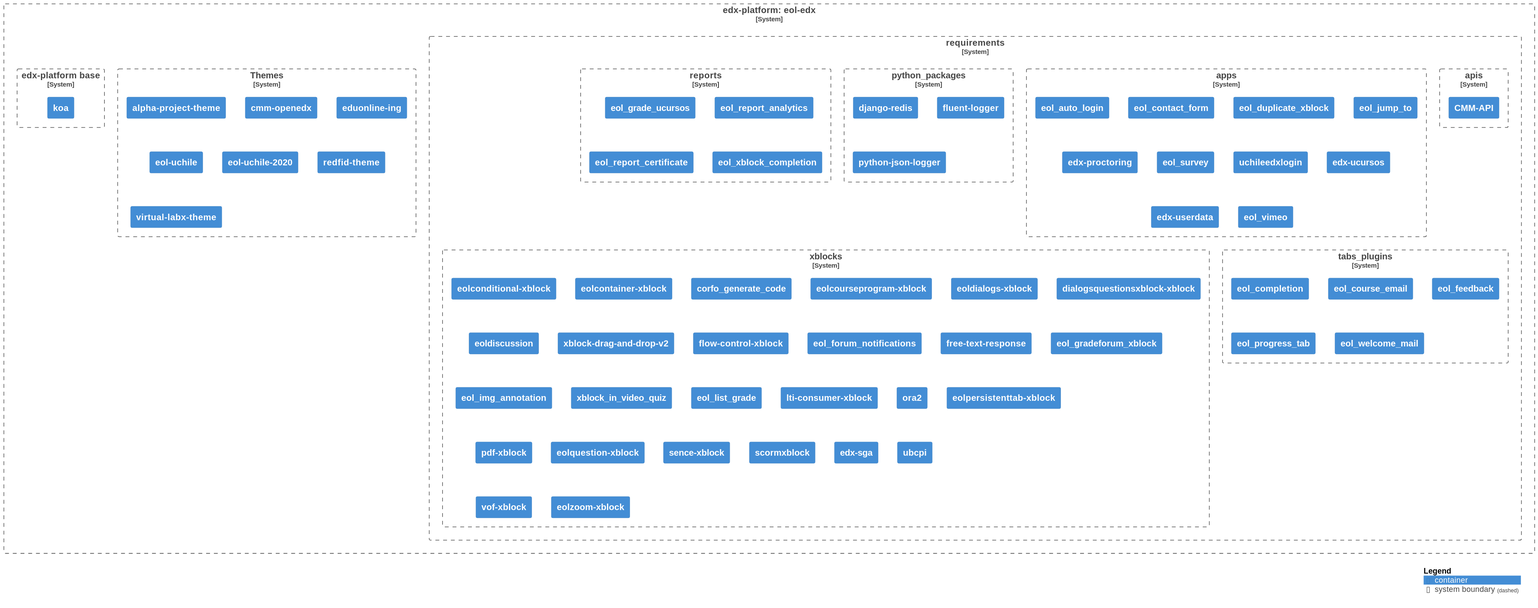
This is diagrams/diagram.svg from eol-uchile/eol-edx, a PlantUML export, as it was before one commit.
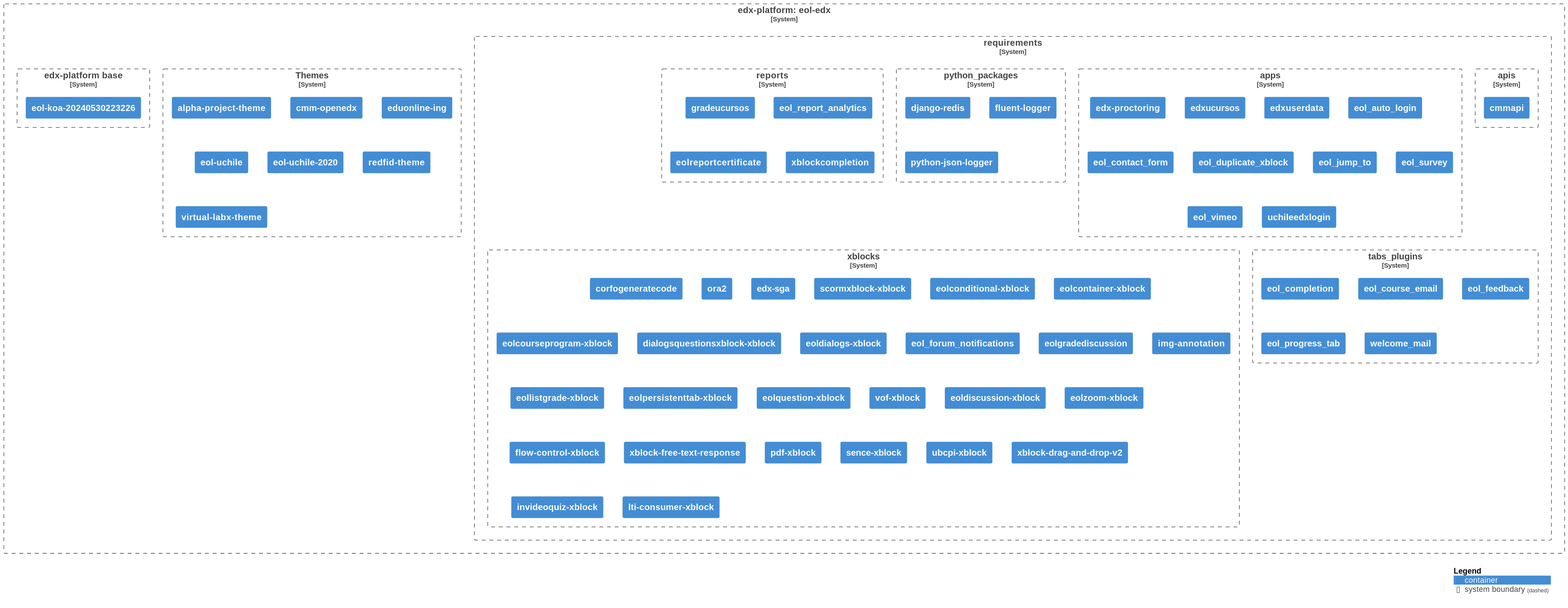
Later version of the same file.

Commit message:
Auto-generate UML diagram

Change to the diagram source:
```diff
@@ -9,31 +9,31 @@
 
             System_Boundary(apis, "apis", $link="https://github.com/eol-uchile/eol-edx/blob/eol-release/koa/requirements/apis.txt") {
 
-                Container(apis1, "CMM-API", $link="https://github.com/eol-uchile/CMM-API")
+                Container(apis1, "cmmapi", $link="https://github.com/eol-uchile/CMM-API")
 
             }
 
             System_Boundary(apps, "apps", $link="https://github.com/eol-uchile/eol-edx/blob/eol-release/koa/requirements/apps.txt") {
 
-                Container(apps1, "eol_auto_login", $link="https://github.com/eol-uchile/eol_auto_login")
+                Container(apps1, "edx-proctoring", $link="https://github.com/eol-uchile/edx-proctoring")
 
-                Container(apps2, "eol_contact_form", $link="https://github.com/eol-uchile/eol_contact_form")
+                Container(apps2, "edxucursos", $link="https://github.com/eol-uchile/edx-ucursos")
 
-                Container(apps3, "eol_duplicate_xblock", $link="https://github.com/eol-uchile/eol_duplicate_xblock")
+                Container(apps3, "edxuserdata", $link="https://github.com/eol-uchile/edx-userdata")
 
-                Container(apps4, "eol_jump_to", $link="https://github.com/eol-uchile/eol_jump_to")
+                Container(apps4, "eol_auto_login", $link="https://github.com/eol-uchile/eol_auto_login")
 
-                Container(apps5, "edx-proctoring", $link="https://github.com/eol-uchile/edx-proctoring")
+                Container(apps5, "eol_contact_form", $link="https://github.com/eol-uchile/eol_contact_form")
 
-                Container(apps6, "eol_survey", $link="https://github.com/eol-uchile/eol_survey")
+                Container(apps6, "eol_duplicate_xblock", $link="https://github.com/eol-uchile/eol_duplicate_xblock")
 
-                Container(apps7, "uchileedxlogin", $link="https://github.com/eol-uchile/uchileedxlogin")
+                Container(apps7, "eol_jump_to", $link="https://github.com/eol-uchile/eol_jump_to")
 
-                Container(apps8, "edx-ucursos", $link="https://github.com/eol-uchile/edx-ucursos")
+                Container(apps8, "eol_survey", $link="https://github.com/eol-uchile/eol_survey")
 
-                Container(apps9, "edx-userdata", $link="https://github.com/eol-uchile/edx-userdata")
+                Container(apps9, "eol_vimeo", $link="https://github.com/eol-uchile/eol_vimeo")
 
-                Container(apps10, "eol_vimeo", $link="https://github.com/eol-uchile/eol_vimeo")
+                Container(apps10, "uchileedxlogin", $link="https://github.com/eol-uchile/uchileedxlogin")
 
             }
 
@@ -49,13 +49,13 @@
 
             System_Boundary(reports, "reports", $link="https://github.com/eol-uchile/eol-edx/blob/eol-release/koa/requirements/reports.txt") {
 
-                Container(reports1, "eol_grade_ucursos", $link="https://github.com/eol-uchile/eol_grade_ucursos")
+                Container(reports1, "gradeucursos", $link="https://github.com/eol-uchile/eol_grade_ucursos")
 
                 Container(reports2, "eol_report_analytics", $link="https://github.com/eol-uchile/eol_report_analytics")
 
-                Container(reports3, "eol_report_certificate", $link="https://github.com/eol-uchile/eol_report_certificate")
+                Container(reports3, "eolreportcertificate", $link="https://github.com/eol-uchile/eol_report_certificate")
 
-                Container(reports4, "eol_xblock_completion", $link="https://github.com/eol-uchile/eol_xblock_completion")
+                Container(reports4, "xblockcompletion", $link="https://github.com/eol-uchile/eol_xblock_completion")
 
             }
 
@@ -69,63 +69,63 @@
 
                 Container(tabs_plugins4, "eol_progress_tab", $link="https://github.com/eol-uchile/eol_progress_tab")
 
-                Container(tabs_plugins5, "eol_welcome_mail", $link="https://github.com/eol-uchile/eol_welcome_mail")
+                Container(tabs_plugins5, "welcome_mail", $link="https://github.com/eol-uchile/eol_welcome_mail")
 
             }
 
             System_Boundary(xblocks, "xblocks", $link="https://github.com/eol-uchile/eol-edx/blob/eol-release/koa/requirements/xblocks.txt") {
 
-                Container(xblocks1, "eolconditional-xblock", $link="https://github.com/eol-uchile/eol-conditional-xblock.git")
+                Container(xblocks1, "corfogeneratecode", $link="https://github.com/eol-uchile/corfo_generate_code")
 
-                Container(xblocks2, "eolcontainer-xblock", $link="https://github.com/eol-uchile/eol-container-xblock.git")
+                Container(xblocks2, "ora2", $link="https://github.com/eol-uchile/edx-ora2")
 
-                Container(xblocks3, "corfo_generate_code", $link="https://github.com/eol-uchile/corfo_generate_code")
+                Container(xblocks3, "edx-sga", $link="https://github.com/eol-uchile/edx-sga")
 
-                Container(xblocks4, "eolcourseprogram-xblock", $link="https://github.com/eol-uchile/eol-course-program-xblock")
+                Container(xblocks4, "scormxblock-xblock", $link="https://github.com/eol-uchile/edx_xblock_scorm")
 
-                Container(xblocks5, "eoldialogs-xblock", $link="https://github.com/eol-uchile/eol-dialogs-xblock.git")
+                Container(xblocks5, "eolconditional-xblock", $link="https://github.com/eol-uchile/eol-conditional-xblock")
 
-                Container(xblocks6, "dialogsquestionsxblock-xblock", $link="https://github.com/eol-uchile/eol-dialogs-question-xblock")
+                Container(xblocks6, "eolcontainer-xblock", $link="https://github.com/eol-uchile/eol-container-xblock")
 
-                Container(xblocks7, "eoldiscussion", $link="https://github.com/eol-uchile/eol_xblock_discussion")
+                Container(xblocks7, "eolcourseprogram-xblock", $link="https://github.com/eol-uchile/eol-course-program-xblock")
 
-                Container(xblocks8, "xblock-drag-and-drop-v2", $link="https://github.com/eol-uchile/xblock-drag-and-drop-v2")
+                Container(xblocks8, "dialogsquestionsxblock-xblock", $link="https://github.com/eol-uchile/eol-dialogs-question-xblock")
 
-                Container(xblocks9, "flow-control-xblock", $link="https://github.com/eol-uchile/flow-control-xblock")
+                Container(xblocks9, "eoldialogs-xblock", $link="https://github.com/eol-uchile/eol-dialogs-xblock")
 
                 Container(xblocks10, "eol_forum_notifications", $link="https://github.com/eol-uchile/eol_forum_notifications")
 
-                Container(xblocks11, "free-text-response", $link="https://github.com/eol-uchile/free-text-response")
+                Container(xblocks11, "eolgradediscussion", $link="https://github.com/eol-uchile/eol_gradeforum_xblock")
 
-                Container(xblocks12, "eol_gradeforum_xblock", $link="https://github.com/eol-uchile/eol_gradeforum_xblock")
+                Container(xblocks12, "img-annotation", $link="https://github.com/eol-uchile/eol_img_annotation")
 
-                Container(xblocks13, "eol_img_annotation", $link="https://github.com/eol-uchile/eol_img_annotation")
+                Container(xblocks13, "eollistgrade-xblock", $link="https://github.com/eol-uchile/eol_list_grade")
 
-                Container(xblocks14, "xblock_in_video_quiz", $link="https://github.com/eol-uchile/xblock-in-video-quiz")
+                Container(xblocks14, "eolpersistenttab-xblock", $link="https://github.com/eol-uchile/eol-persistent-tab-xblock")
 
-                Container(xblocks15, "eol_list_grade", $link="https://github.com/eol-uchile/eol_list_grade")
+                Container(xblocks15, "eolquestion-xblock", $link="https://github.com/eol-uchile/eol-question-xblock")
 
-                Container(xblocks16, "lti-consumer-xblock", $link="https://github.com/eol-uchile/xblock-lti-consumer")
+                Container(xblocks16, "vof-xblock", $link="https://github.com/eol-uchile/eol-vof-xblock")
 
-                Container(xblocks17, "ora2", $link="https://github.com/eol-uchile/edx-ora2.git")
+                Container(xblocks17, "eoldiscussion-xblock", $link="https://github.com/eol-uchile/eol_xblock_discussion")
 
-                Container(xblocks18, "eolpersistenttab-xblock", $link="https://github.com/eol-uchile/eol-persistent-tab-xblock")
+                Container(xblocks18, "eolzoom-xblock", $link="https://github.com/eol-uchile/eol-zoom-xblock")
 
-                Container(xblocks19, "pdf-xblock", $link="https://github.com/eol-uchile/pdfXBlock")
+                Container(xblocks19, "flow-control-xblock", $link="https://github.com/eol-uchile/flow-control-xblock")
 
-                Container(xblocks20, "eolquestion-xblock", $link="https://github.com/eol-uchile/eol-question-xblock.git")
+                Container(xblocks20, "xblock-free-text-response", $link="https://github.com/eol-uchile/free-text-response")
 
-                Container(xblocks21, "sence-xblock", $link="https://github.com/eol-uchile/sence-xblock")
+                Container(xblocks21, "pdf-xblock", $link="https://github.com/eol-uchile/pdfXBlock")
 
-                Container(xblocks22, "scormxblock", $link="https://github.com/eol-uchile/edx_xblock_scorm")
+                Container(xblocks22, "sence-xblock", $link="https://github.com/eol-uchile/sence-xblock")
 
-                Container(xblocks23, "edx-sga", $link="https://github.com/eol-uchile/edx-sga")
+                Container(xblocks23, "ubcpi-xblock", $link="https://github.com/eol-uchile/ubcpi")
 
-                Container(xblocks24, "ubcpi", $link="https://github.com/eol-uchile/ubcpi")
+                Container(xblocks24, "xblock-drag-and-drop-v2", $link="https://github.com/eol-uchile/xblock-drag-and-drop-v2")
 
-                Container(xblocks25, "vof-xblock", $link="https://github.com/eol-uchile/eol-vof-xblock.git")
+                Container(xblocks25, "invideoquiz-xblock", $link="https://github.com/eol-uchile/xblock-in-video-quiz")
 
-                Container(xblocks26, "eolzoom-xblock", $link="https://github.com/eol-uchile/eol-zoom-xblock")
+                Container(xblocks26, "lti-consumer-xblock", $link="https://github.com/eol-uchile/xblock-lti-consumer")
 
             }
 
@@ -150,7 +150,7 @@
     }
 
     System_Boundary(dockerfile, "edx-platform base", $link="https://github.com/eol-uchile/eol-edx/blob/eol-release/koa/Dockerfile") {
-            Container(dk, "koa", $link="https://ghcr.io/eol-uchile/edx-platform:koa")
+            Container(dk, "eol-koa-20240530223226", $link="https://ghcr.io/eol-uchile/edx-platform:eol-koa-20240530223226")
     }
 }
 
```
